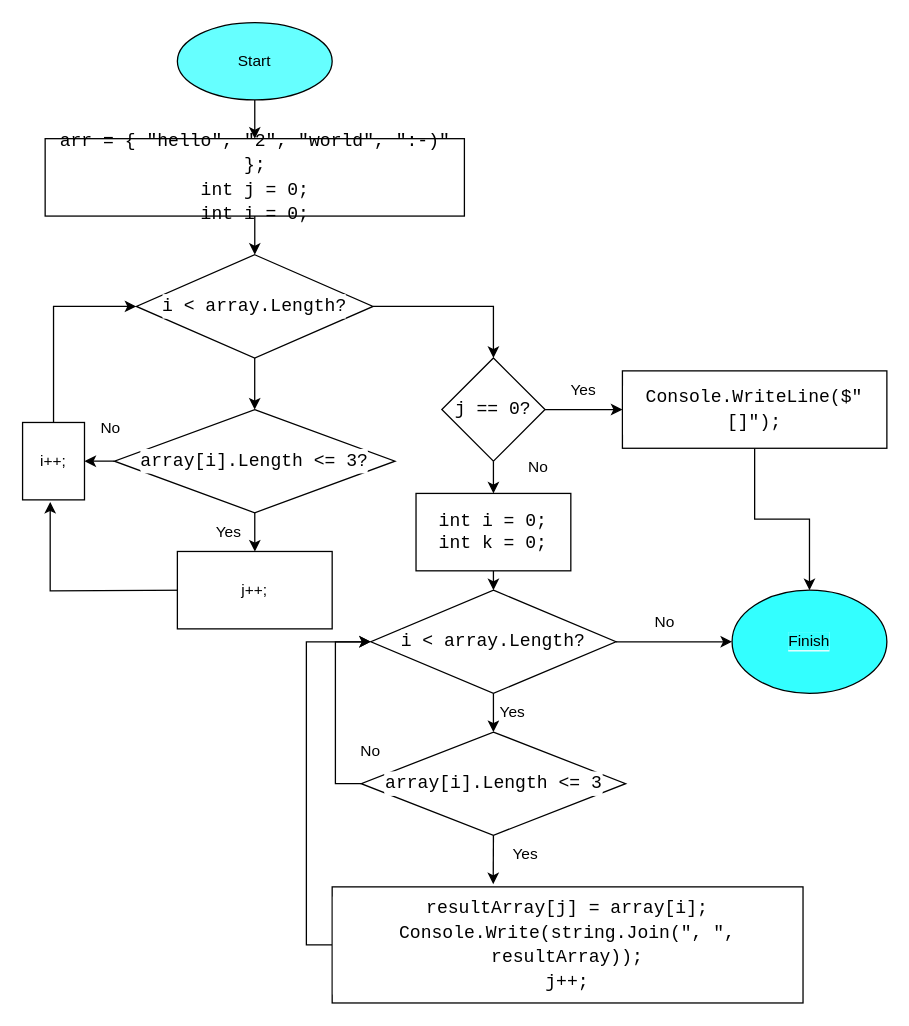
Before: Диаграмма без названия.drawio in IrinaSavosh/Testing-_12292022, a draw.io diagram. Source tidied: cells renumbered, new cells numbered last; positions are measured from the earlier drawing's top-left corner, leaving out a move shared by most shapes. Both pictures are drawn from the tidied source at 129%, with x=0, y=0 at pixel (22, 22).
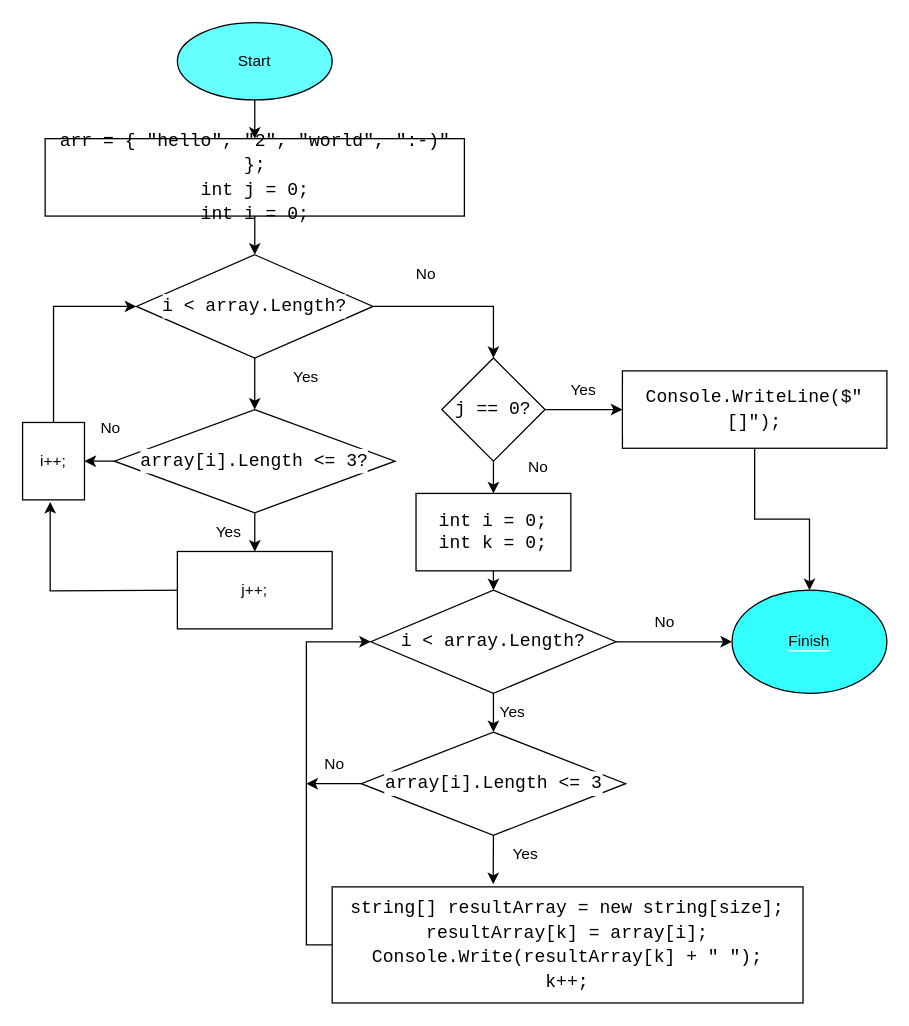
The same diagram, later.

Commit message:
Chart adjustment

Unchanged cells that the change refers to:
```xml
<mxCell id="25" value="&lt;div style=&quot;font-family: Consolas, &amp;quot;Courier New&amp;quot;, monospace; font-size: 14px; line-height: 19px;&quot;&gt;&lt;span style=&quot;background-color: rgb(255, 255, 255);&quot;&gt;i &amp;lt; array.Length?&lt;/span&gt;&lt;/div&gt;" style="rhombus;whiteSpace=wrap;html=1;labelBackgroundColor=#FFFFFF;fontColor=#000000;" parent="1" vertex="1">
  <mxGeometry x="270" y="440" width="190" height="80" as="geometry" />
</mxCell>
<mxCell id="31" value="&lt;div style=&quot;font-family: Consolas, &amp;quot;Courier New&amp;quot;, monospace; font-size: 14px; line-height: 19px;&quot;&gt;&lt;span style=&quot;background-color: rgb(255, 255, 255);&quot;&gt;array[i].Length &amp;lt;= 3&lt;/span&gt;&lt;/div&gt;" style="rhombus;whiteSpace=wrap;html=1;labelBackgroundColor=#FFFFFF;fontColor=#000000;" parent="1" vertex="1">
  <mxGeometry x="262.5" y="550" width="205" height="80" as="geometry" />
</mxCell>
```

Change to the diagram source:
```diff
@@
-    <mxCell id="29" style="edgeStyle=orthogonalEdgeStyle;rounded=0;jettySize=auto;html=1;exitX=0;exitY=0.5;exitDx=0;exitDy=0;entryX=0;entryY=0.5;entryDx=0;entryDy=0;fontColor=#000000;" parent="1" edge="1" source="31" target="25">
-      <mxGeometry relative="1" as="geometry" />
-    </mxCell>
@@
+    <mxCell id="40" style="edgeStyle=none;html=1;exitX=0;exitY=0.5;exitDx=0;exitDy=0;" parent="1" edge="1" source="31">
+      <mxGeometry relative="1" as="geometry">
+        <mxPoint x="220" y="590" as="targetPoint" />
+      </mxGeometry>
+    </mxCell>
@@
-    <mxCell id="32" value="No" style="text;html=1;strokeColor=none;fillColor=none;align=center;verticalAlign=middle;whiteSpace=wrap;rounded=0;labelBackgroundColor=#FFFFFF;fontColor=#000000;" parent="1" vertex="1">
-      <mxGeometry x="240" y="550" width="60" height="30" as="geometry" />
-    </mxCell>
@@
-    <mxCell id="34" value="&lt;div style=&quot;font-family: Consolas, &amp;quot;Courier New&amp;quot;, monospace; font-size: 14px; line-height: 19px;&quot;&gt;&lt;div style=&quot;&quot;&gt;&lt;span style=&quot;background-color: rgb(255, 255, 255);&quot;&gt;resultArray[j] = array[i];&lt;/span&gt;&lt;/div&gt;&lt;div style=&quot;&quot;&gt;&lt;span style=&quot;background-color: rgb(255, 255, 255);&quot;&gt;Console.Write(string.Join(&quot;, &quot;, resultArray));&lt;/span&gt;&lt;/div&gt;&lt;div style=&quot;&quot;&gt;&lt;span style=&quot;background-color: rgb(255, 255, 255);&quot;&gt;j++;&lt;/span&gt;&lt;/div&gt;&lt;/div&gt;" style="rounded=0;whiteSpace=wrap;html=1;labelBackgroundColor=#FFFFFF;fontColor=#000000;" parent="1" vertex="1">
+    <mxCell id="34" value="&lt;div style=&quot;font-family: &amp;#34;consolas&amp;#34; , &amp;#34;courier new&amp;#34; , monospace ; font-size: 14px ; line-height: 19px&quot;&gt;&lt;div&gt;&lt;div style=&quot;font-family: &amp;#34;consolas&amp;#34; , &amp;#34;courier new&amp;#34; , monospace ; line-height: 19px&quot;&gt;&lt;span style=&quot;background-color: rgb(255 , 255 , 255)&quot;&gt;string[] resultArray = new string[size];&lt;/span&gt;&lt;/div&gt;&lt;/div&gt;&lt;div&gt;&lt;span style=&quot;background-color: rgb(255 , 255 , 255)&quot;&gt;resultArray[k] = array[i];&lt;/span&gt;&lt;/div&gt;&lt;div&gt;&lt;span style=&quot;background-color: rgb(255 , 255 , 255)&quot;&gt;Console.Write(resultArray[k] + &quot; &quot;);&lt;/span&gt;&lt;/div&gt;&lt;div&gt;&lt;span style=&quot;background-color: rgb(255 , 255 , 255)&quot;&gt;k++;&lt;/span&gt;&lt;/div&gt;&lt;/div&gt;" style="rounded=0;whiteSpace=wrap;html=1;labelBackgroundColor=#FFFFFF;fontColor=#000000;" parent="1" vertex="1">
       <mxGeometry x="240" y="670" width="365" height="90" as="geometry" />
     </mxCell>
@@
+    <mxCell id="41" value="No" style="text;html=1;strokeColor=none;fillColor=none;align=center;verticalAlign=middle;whiteSpace=wrap;rounded=0;" parent="1" vertex="1">
+      <mxGeometry x="283" y="180" width="60" height="30" as="geometry" />
+    </mxCell>
+    <mxCell id="42" value="Yes" style="text;html=1;strokeColor=none;fillColor=none;align=center;verticalAlign=middle;whiteSpace=wrap;rounded=0;" parent="1" vertex="1">
+      <mxGeometry x="190" y="260" width="60" height="30" as="geometry" />
+    </mxCell>
+    <mxCell id="32" value="No" style="text;html=1;strokeColor=none;fillColor=none;align=center;verticalAlign=middle;whiteSpace=wrap;rounded=0;labelBackgroundColor=#FFFFFF;fontColor=#000000;" parent="1" vertex="1">
+      <mxGeometry x="211.8" y="560" width="60" height="30" as="geometry" />
+    </mxCell>
```
